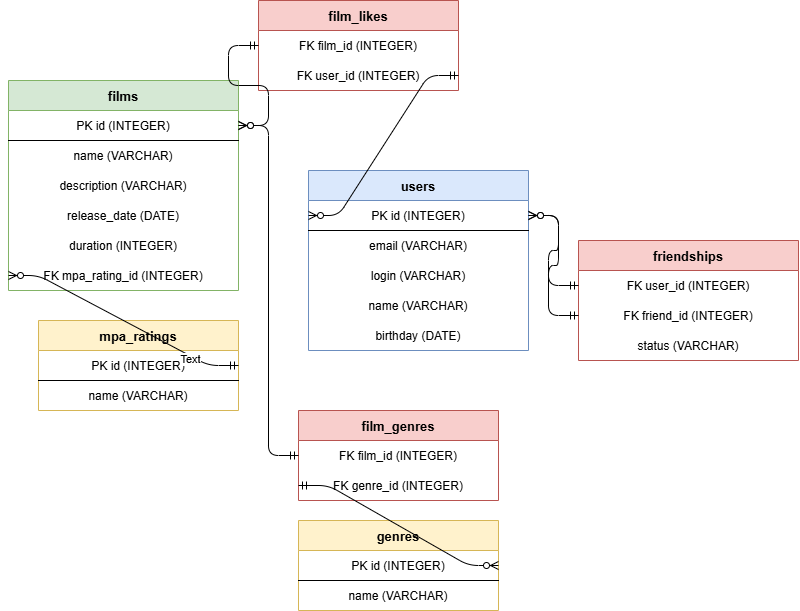
Earlier version of the draw.io export docs/er-diagram.png (ivankras98/java-filmorate). Source tidied: cells renumbered, new cells last; positions are measured from the earlier drawing's top-left corner, leaving out a move shared by most shapes.
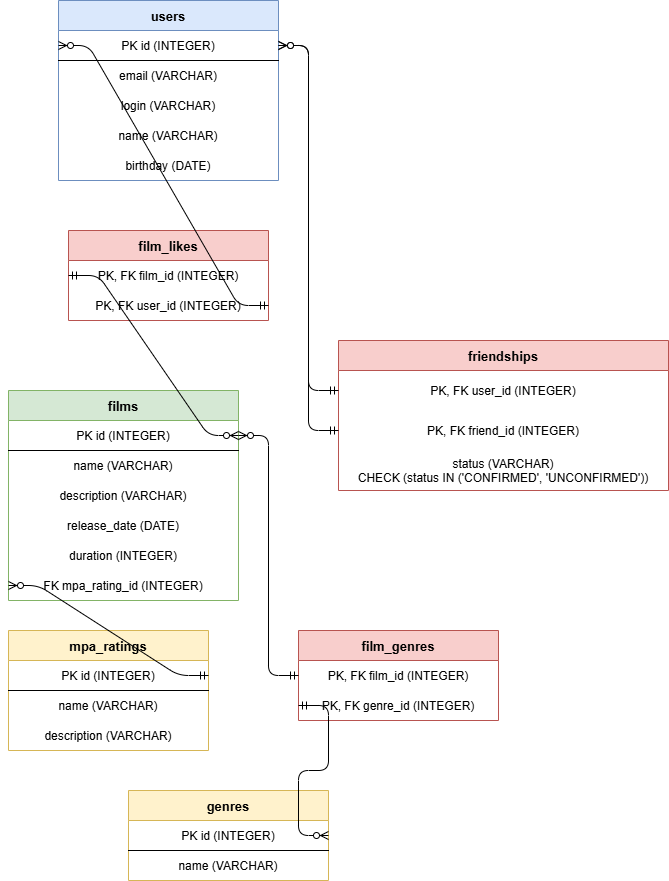
Later version of the same file.

Commit message:
Fix schema CHECK constraint, update README queries, clarify User model

Diff of the diagram source:
```diff
@@ -3,7 +3,7 @@
     <mxCell id="0" />
     <mxCell id="1" parent="0" />
     <mxCell id="2" value="users" style="shape=table;startSize=30;fillColor=#dae8fc;strokeColor=#6c8ebf;fontStyle=1;fontSize=13;" parent="1" vertex="1">
-      <mxGeometry x="300" y="170" width="220" height="180" as="geometry" />
+      <mxGeometry x="-380" y="-310" width="220" height="180" as="geometry" />
     </mxCell>
     <mxCell id="3" value="PK id (INTEGER)" style="shape=tableRow;horizontal=1;startSize=0;swimlaneHead=0;swimlaneBody=0;fillColor=none;points=[[0,0.5],[1,0.5]];portConstraint=eastwest;fontSize=12;top=0;left=0;right=0;bottom=1;" parent="2" vertex="1">
       <mxGeometry y="30" width="220" height="30" as="geometry" />
@@ -20,8 +20,8 @@
     <mxCell id="7" value="birthday (DATE)" style="shape=tableRow;horizontal=1;startSize=0;swimlaneHead=0;swimlaneBody=0;fillColor=none;fontSize=12;top=0;left=0;right=0;bottom=0;" parent="2" vertex="1">
       <mxGeometry y="150" width="220" height="30" as="geometry" />
     </mxCell>
-    <mxCell id="8" value="films" style="shape=table;startSize=30;fillColor=#d5e8d4;strokeColor=#82b366;fontStyle=1;fontSize=13;horizontal=1;" parent="1" vertex="1">
-      <mxGeometry y="80" width="230" height="210" as="geometry" />
+    <mxCell id="8" value="films" style="shape=table;startSize=30;fillColor=#d5e8d4;strokeColor=#82b366;fontStyle=1;fontSize=13;" parent="1" vertex="1">
+      <mxGeometry x="-430" y="80" width="230" height="210" as="geometry" />
     </mxCell>
     <mxCell id="9" value="PK id (INTEGER)" style="shape=tableRow;horizontal=1;startSize=0;swimlaneHead=0;swimlaneBody=0;fillColor=none;points=[[0,0.5],[1,0.5]];portConstraint=eastwest;fontSize=12;top=0;left=0;right=0;bottom=1;" parent="8" vertex="1">
       <mxGeometry y="30" width="230" height="30" as="geometry" />
@@ -42,7 +42,7 @@
       <mxGeometry y="180" width="230" height="30" as="geometry" />
     </mxCell>
     <mxCell id="15" value="mpa_ratings" style="shape=table;startSize=30;fillColor=#fff2cc;strokeColor=#d6b656;fontStyle=1;fontSize=13;" parent="1" vertex="1">
-      <mxGeometry x="30" y="320" width="200" height="90" as="geometry" />
+      <mxGeometry x="-430" y="320" width="200" height="120" as="geometry" />
     </mxCell>
     <mxCell id="16" value="PK id (INTEGER)" style="shape=tableRow;horizontal=1;startSize=0;swimlaneHead=0;swimlaneBody=0;fillColor=none;points=[[0,0.5],[1,0.5]];portConstraint=eastwest;fontSize=12;top=0;left=0;right=0;bottom=1;" parent="15" vertex="1">
       <mxGeometry y="30" width="200" height="30" as="geometry" />
@@ -50,8 +50,11 @@
     <mxCell id="17" value="name (VARCHAR)" style="shape=tableRow;horizontal=1;startSize=0;swimlaneHead=0;swimlaneBody=0;fillColor=none;fontSize=12;top=0;left=0;right=0;bottom=0;" parent="15" vertex="1">
       <mxGeometry y="60" width="200" height="30" as="geometry" />
     </mxCell>
+    <mxCell id="39" value="description (VARCHAR)" style="shape=tableRow;horizontal=1;startSize=0;swimlaneHead=0;swimlaneBody=0;fillColor=none;fontSize=12;top=0;left=0;right=0;bottom=0;" parent="15" vertex="1">
+      <mxGeometry y="90" width="200" height="30" as="geometry" />
+    </mxCell>
-    <mxCell id="18" value="genres" style="shape=table;startSize=30;fillColor=#fff2cc;strokeColor=#d6b656;fontStyle=1;fontSize=13;horizontal=1;" parent="1" vertex="1">
-      <mxGeometry x="290" y="520" width="200" height="90" as="geometry" />
+    <mxCell id="18" value="genres" style="shape=table;startSize=30;fillColor=#fff2cc;strokeColor=#d6b656;fontStyle=1;fontSize=13;" parent="1" vertex="1">
+      <mxGeometry x="-310" y="480" width="200" height="90" as="geometry" />
     </mxCell>
     <mxCell id="19" value="PK id (INTEGER)" style="shape=tableRow;horizontal=1;startSize=0;swimlaneHead=0;swimlaneBody=0;fillColor=none;points=[[0,0.5],[1,0.5]];portConstraint=eastwest;fontSize=12;top=0;left=0;right=0;bottom=1;" parent="18" vertex="1">
       <mxGeometry y="30" width="200" height="30" as="geometry" />
@@ -60,41 +63,38 @@
       <mxGeometry y="60" width="200" height="30" as="geometry" />
     </mxCell>
     <mxCell id="21" value="film_genres" style="shape=table;startSize=30;fillColor=#f8cecc;strokeColor=#b85450;fontStyle=1;fontSize=13;" parent="1" vertex="1">
-      <mxGeometry x="290" y="410" width="200" height="90" as="geometry" />
+      <mxGeometry x="-140" y="320" width="200" height="90" as="geometry" />
     </mxCell>
-    <mxCell id="22" value="FK film_id (INTEGER)" style="shape=tableRow;horizontal=1;startSize=0;swimlaneHead=0;swimlaneBody=0;fillColor=none;points=[[0,0.5],[1,0.5]];portConstraint=eastwest;fontSize=12;top=0;left=0;right=0;bottom=0;" parent="21" vertex="1">
+    <mxCell id="22" value="PK, FK film_id (INTEGER)" style="shape=tableRow;horizontal=1;startSize=0;swimlaneHead=0;swimlaneBody=0;fillColor=none;points=[[0,0.5],[1,0.5]];portConstraint=eastwest;fontSize=12;top=0;left=0;right=0;bottom=0;" parent="21" vertex="1">
       <mxGeometry y="30" width="200" height="30" as="geometry" />
     </mxCell>
-    <mxCell id="23" value="FK genre_id (INTEGER)" style="shape=tableRow;horizontal=1;startSize=0;swimlaneHead=0;swimlaneBody=0;fillColor=none;points=[[0,0.5],[1,0.5]];portConstraint=eastwest;fontSize=12;top=0;left=0;right=0;bottom=0;" parent="21" vertex="1">
+    <mxCell id="23" value="PK, FK genre_id (INTEGER)" style="shape=tableRow;horizontal=1;startSize=0;swimlaneHead=0;swimlaneBody=0;fillColor=none;points=[[0,0.5],[1,0.5]];portConstraint=eastwest;fontSize=12;top=0;left=0;right=0;bottom=0;" parent="21" vertex="1">
       <mxGeometry y="60" width="200" height="30" as="geometry" />
     </mxCell>
-    <mxCell id="24" value="film_likes" style="shape=table;startSize=30;fillColor=#f8cecc;strokeColor=#b85450;fontStyle=1;fontSize=13;horizontal=1;" parent="1" vertex="1">
-      <mxGeometry x="250" width="200" height="90" as="geometry" />
+    <mxCell id="24" value="film_likes" style="shape=table;startSize=30;fillColor=#f8cecc;strokeColor=#b85450;fontStyle=1;fontSize=13;" parent="1" vertex="1">
+      <mxGeometry x="-370" y="-80" width="200" height="90" as="geometry" />
     </mxCell>
-    <mxCell id="25" value="FK film_id (INTEGER)" style="shape=tableRow;horizontal=1;startSize=0;swimlaneHead=0;swimlaneBody=0;fillColor=none;points=[[0,0.5],[1,0.5]];portConstraint=eastwest;fontSize=12;top=0;left=0;right=0;bottom=0;" parent="24" vertex="1">
+    <mxCell id="25" value="PK, FK film_id (INTEGER)" style="shape=tableRow;horizontal=1;startSize=0;swimlaneHead=0;swimlaneBody=0;fillColor=none;points=[[0,0.5],[1,0.5]];portConstraint=eastwest;fontSize=12;top=0;left=0;right=0;bottom=0;" parent="24" vertex="1">
       <mxGeometry y="30" width="200" height="30" as="geometry" />
     </mxCell>
-    <mxCell id="26" value="FK user_id (INTEGER)" style="shape=tableRow;horizontal=1;startSize=0;swimlaneHead=0;swimlaneBody=0;fillColor=none;points=[[0,0.5],[1,0.5]];portConstraint=eastwest;fontSize=12;top=0;left=0;right=0;bottom=0;" parent="24" vertex="1">
+    <mxCell id="26" value="PK, FK user_id (INTEGER)" style="shape=tableRow;horizontal=1;startSize=0;swimlaneHead=0;swimlaneBody=0;fillColor=none;points=[[0,0.5],[1,0.5]];portConstraint=eastwest;fontSize=12;top=0;left=0;right=0;bottom=0;" parent="24" vertex="1">
       <mxGeometry y="60" width="200" height="30" as="geometry" />
     </mxCell>
-    <mxCell id="27" value="friendships" style="shape=table;startSize=30;fillColor=#f8cecc;strokeColor=#b85450;fontStyle=1;fontSize=13;horizontal=1;" parent="1" vertex="1">
-      <mxGeometry x="570" y="240" width="220" height="120" as="geometry" />
+    <mxCell id="27" value="friendships" style="shape=table;startSize=30;fillColor=#f8cecc;strokeColor=#b85450;fontStyle=1;fontSize=13;" parent="1" vertex="1">
+      <mxGeometry x="-100" y="30" width="330" height="150" as="geometry" />
     </mxCell>
-    <mxCell id="28" value="FK user_id (INTEGER)" style="shape=tableRow;horizontal=1;startSize=0;swimlaneHead=0;swimlaneBody=0;fillColor=none;points=[[0,0.5],[1,0.5]];portConstraint=eastwest;fontSize=12;top=0;left=0;right=0;bottom=0;" parent="27" vertex="1">
-      <mxGeometry y="30" width="220" height="30" as="geometry" />
+    <mxCell id="28" value="PK, FK user_id (INTEGER)" style="shape=tableRow;horizontal=1;startSize=0;swimlaneHead=0;swimlaneBody=0;fillColor=none;points=[[0,0.5],[1,0.5]];portConstraint=eastwest;fontSize=12;top=0;left=0;right=0;bottom=0;" parent="27" vertex="1">
+      <mxGeometry y="30" width="330" height="40" as="geometry" />
     </mxCell>
-    <mxCell id="29" value="FK friend_id (INTEGER)" style="shape=tableRow;horizontal=1;startSize=0;swimlaneHead=0;swimlaneBody=0;fillColor=none;points=[[0,0.5],[1,0.5]];portConstraint=eastwest;fontSize=12;top=0;left=0;right=0;bottom=0;" parent="27" vertex="1">
-      <mxGeometry y="60" width="220" height="30" as="geometry" />
+    <mxCell id="29" value="PK, FK friend_id (INTEGER)" style="shape=tableRow;horizontal=1;startSize=0;swimlaneHead=0;swimlaneBody=0;fillColor=none;points=[[0,0.5],[1,0.5]];portConstraint=eastwest;fontSize=12;top=0;left=0;right=0;bottom=0;" parent="27" vertex="1">
+      <mxGeometry y="70" width="330" height="40" as="geometry" />
     </mxCell>
-    <mxCell id="30" value="status (VARCHAR)" style="shape=tableRow;horizontal=1;startSize=0;swimlaneHead=0;swimlaneBody=0;fillColor=none;fontSize=12;top=0;left=0;right=0;bottom=0;" parent="27" vertex="1">
-      <mxGeometry y="90" width="220" height="30" as="geometry" />
+    <mxCell id="30" value="status (VARCHAR)&#10;CHECK (status IN ('CONFIRMED', 'UNCONFIRMED'))" style="shape=tableRow;horizontal=1;startSize=0;swimlaneHead=0;swimlaneBody=0;fillColor=none;fontSize=12;top=0;left=0;right=0;bottom=0;" parent="27" vertex="1">
+      <mxGeometry y="110" width="330" height="40" as="geometry" />
     </mxCell>
     <mxCell id="31" style="edgeStyle=entityRelationEdgeStyle;endArrow=ERzeroToMany;startArrow=ERmandOne;exitX=1;exitY=0.5;entryX=0;entryY=0.5;" parent="1" edge="1" source="16" target="14">
       <mxGeometry relative="1" as="geometry" />
     </mxCell>
-    <mxCell id="32" value="Text" style="edgeLabel;html=1;align=center;verticalAlign=middle;" parent="31" vertex="1">
-      <mxGeometry x="-0.61" y="3" relative="1" as="geometry" />
-    </mxCell>
     <mxCell id="33" style="edgeStyle=entityRelationEdgeStyle;endArrow=ERzeroToMany;startArrow=ERmandOne;exitX=0;exitY=0.5;entryX=1;entryY=0.5;" parent="1" edge="1" source="22" target="9">
       <mxGeometry relative="1" as="geometry" />
     </mxCell>
```
